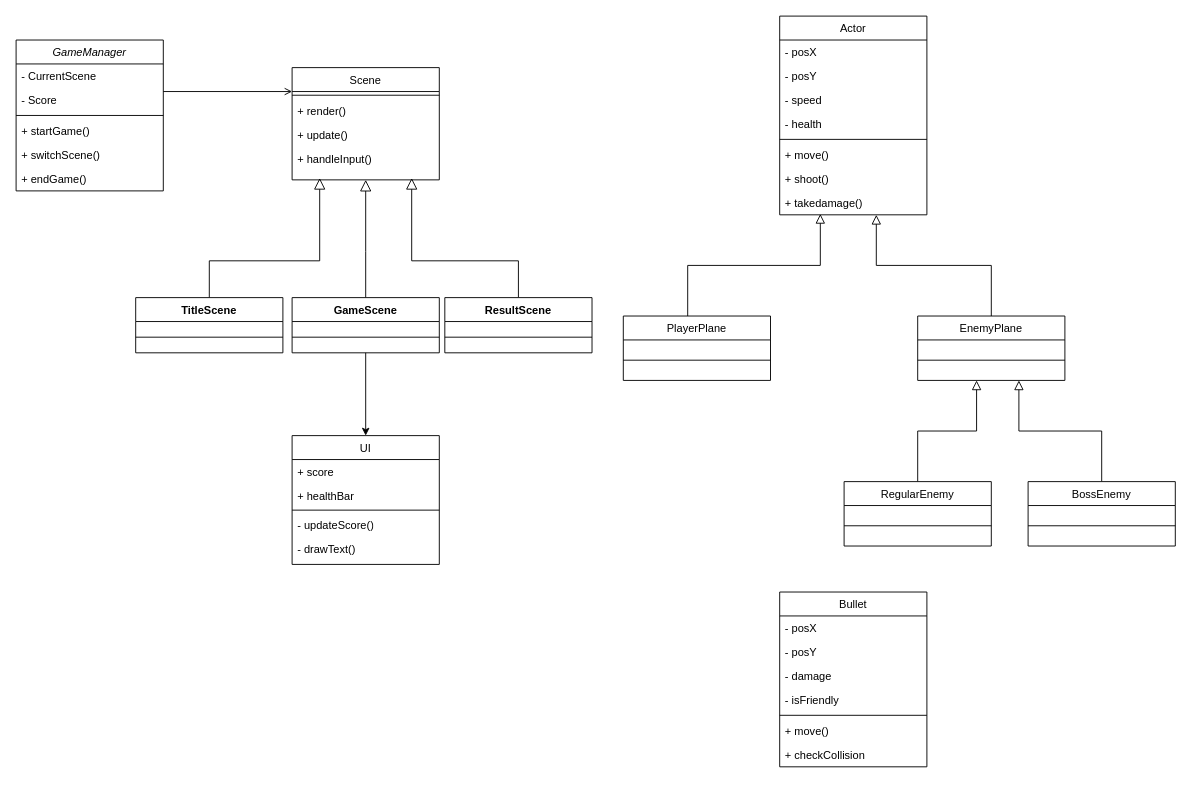
jinggugu1110/DX-STUDY-step-by-step keeps this draw.io diagram as 名称未設定ファイル.drawio. Above is the earlier version. Source tidied: cells renumbered, new cells numbered last; positions are measured from the earlier drawing's top-left corner, leaving out a move shared by most shapes. Both pictures are drawn from the tidied source at 92%, with x=0, y=0 at pixel (16, 16).
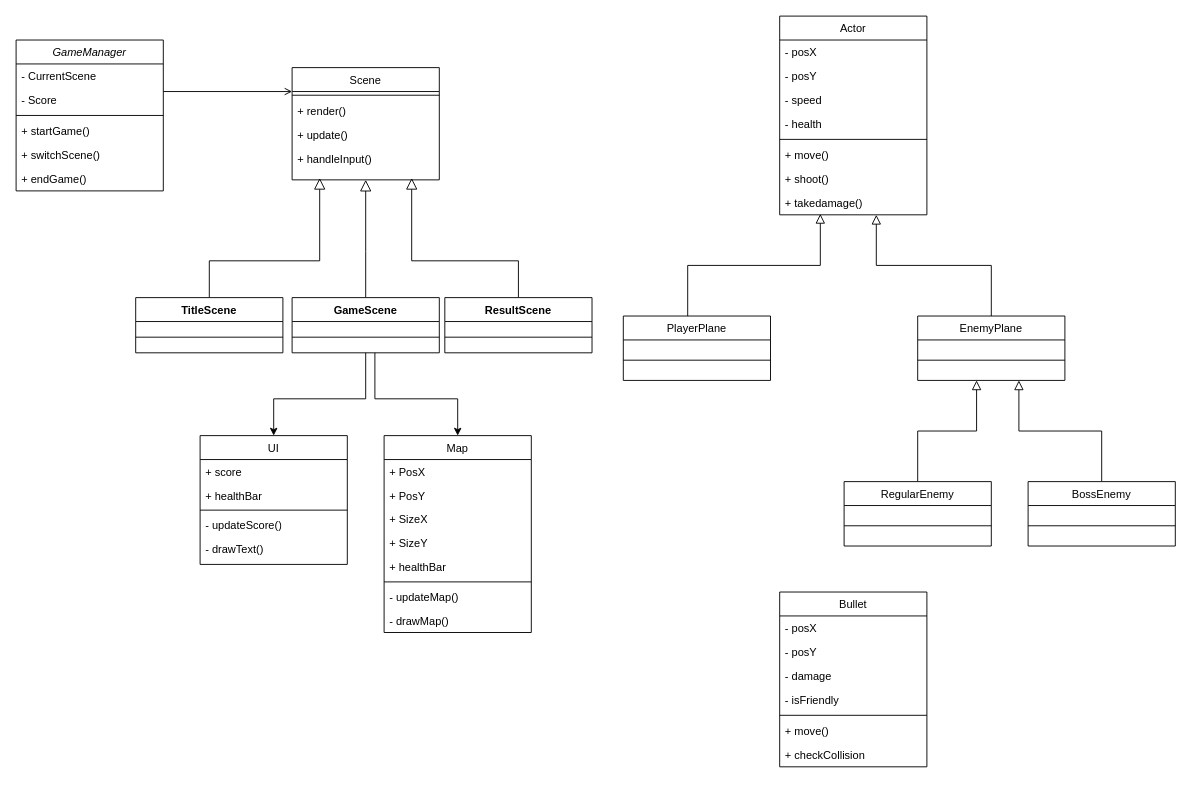
The same page after the edit.

Commit message:
名称未設定ファイル.drawio を更新します

The change refers to these unchanged cells:
```xml
<mxCell id="32" value="GameScene" style="swimlane;fontStyle=1;align=center;verticalAlign=top;horizontal=1;startSize=26;whiteSpace=wrap;html=1;" parent="1" vertex="1">
  <mxGeometry x="300" y="306" width="160" height="60" as="geometry" />
</mxCell>
```

What changed in the source:
```diff
@@
     <mxCell id="31" style="edgeStyle=orthogonalEdgeStyle;rounded=0;jettySize=auto;html=1;" parent="1" edge="1" source="32" target="54">
-      <mxGeometry relative="1" as="geometry" />
+      <mxGeometry relative="1" as="geometry">
+        <Array as="points">
+          <mxPoint x="380" y="416" />
+          <mxPoint x="280" y="416" />
+        </Array>
+      </mxGeometry>
     </mxCell>
@@
     <mxCell id="54" value="UI" style="swimlane;fontStyle=0;align=center;verticalAlign=top;horizontal=1;startSize=26;rounded=0;shadow=0;strokeWidth=1;" parent="1" vertex="1">
-      <mxGeometry x="300" y="456" width="160" height="140" as="geometry" />
+      <mxGeometry x="200" y="456" width="160" height="140" as="geometry" />
     </mxCell>
@@
+    <mxCell id="60" value="Map" style="swimlane;fontStyle=0;align=center;verticalAlign=top;horizontal=1;startSize=26;rounded=0;shadow=0;strokeWidth=1;" parent="1" vertex="1">
+      <mxGeometry x="400" y="456" width="160" height="214" as="geometry" />
+    </mxCell>
+    <mxCell id="61" value="+ PosX" style="text;strokeColor=none;fillColor=none;align=left;verticalAlign=top;spacingLeft=4;spacingRight=4;overflow=hidden;whiteSpace=wrap;html=1;" parent="60" vertex="1">
+      <mxGeometry y="26" width="160" height="26" as="geometry" />
+    </mxCell>
+    <mxCell id="62" value="+ PosY" style="text;strokeColor=none;fillColor=none;align=left;verticalAlign=top;spacingLeft=4;spacingRight=4;overflow=hidden;whiteSpace=wrap;html=1;" parent="60" vertex="1">
+      <mxGeometry y="52" width="160" height="26" as="geometry" />
+    </mxCell>
+    <mxCell id="63" value="+ SizeX" style="text;strokeColor=none;fillColor=none;align=left;verticalAlign=top;spacingLeft=4;spacingRight=4;overflow=hidden;whiteSpace=wrap;html=1;" parent="60" vertex="1">
+      <mxGeometry y="78" width="160" height="26" as="geometry" />
+    </mxCell>
+    <mxCell id="64" value="+ SizeY" style="text;strokeColor=none;fillColor=none;align=left;verticalAlign=top;spacingLeft=4;spacingRight=4;overflow=hidden;whiteSpace=wrap;html=1;" parent="60" vertex="1">
+      <mxGeometry y="104" width="160" height="26" as="geometry" />
+    </mxCell>
+    <mxCell id="65" value="+ healthBar" style="text;strokeColor=none;fillColor=none;align=left;verticalAlign=top;spacingLeft=4;spacingRight=4;overflow=hidden;whiteSpace=wrap;html=1;" parent="60" vertex="1">
+      <mxGeometry y="130" width="160" height="26" as="geometry" />
+    </mxCell>
+    <mxCell id="66" style="line;html=1;strokeWidth=1;align=left;verticalAlign=middle;spacingTop=-1;spacingLeft=3;spacingRight=3;labelPosition=right;" parent="60" vertex="1">
+      <mxGeometry y="156" width="160" height="6" as="geometry" />
+    </mxCell>
+    <mxCell id="67" value="- updateMap()" style="text;strokeColor=none;fillColor=none;align=left;verticalAlign=top;spacingLeft=4;spacingRight=4;overflow=hidden;whiteSpace=wrap;html=1;" parent="60" vertex="1">
+      <mxGeometry y="162" width="160" height="26" as="geometry" />
+    </mxCell>
+    <mxCell id="68" value="- drawMap()" style="text;strokeColor=none;fillColor=none;align=left;verticalAlign=top;spacingLeft=4;spacingRight=4;overflow=hidden;whiteSpace=wrap;html=1;" parent="60" vertex="1">
+      <mxGeometry y="188" width="160" height="26" as="geometry" />
+    </mxCell>
+    <mxCell id="69" style="edgeStyle=orthogonalEdgeStyle;rounded=0;jettySize=auto;html=1;entryX=0.5;entryY=0;entryDx=0;entryDy=0;" parent="1" edge="1" target="60">
+      <mxGeometry relative="1" as="geometry">
+        <mxPoint x="390" y="366" as="sourcePoint" />
+        <Array as="points">
+          <mxPoint x="390" y="416" />
+          <mxPoint x="480" y="416" />
+        </Array>
+      </mxGeometry>
+    </mxCell>
```
